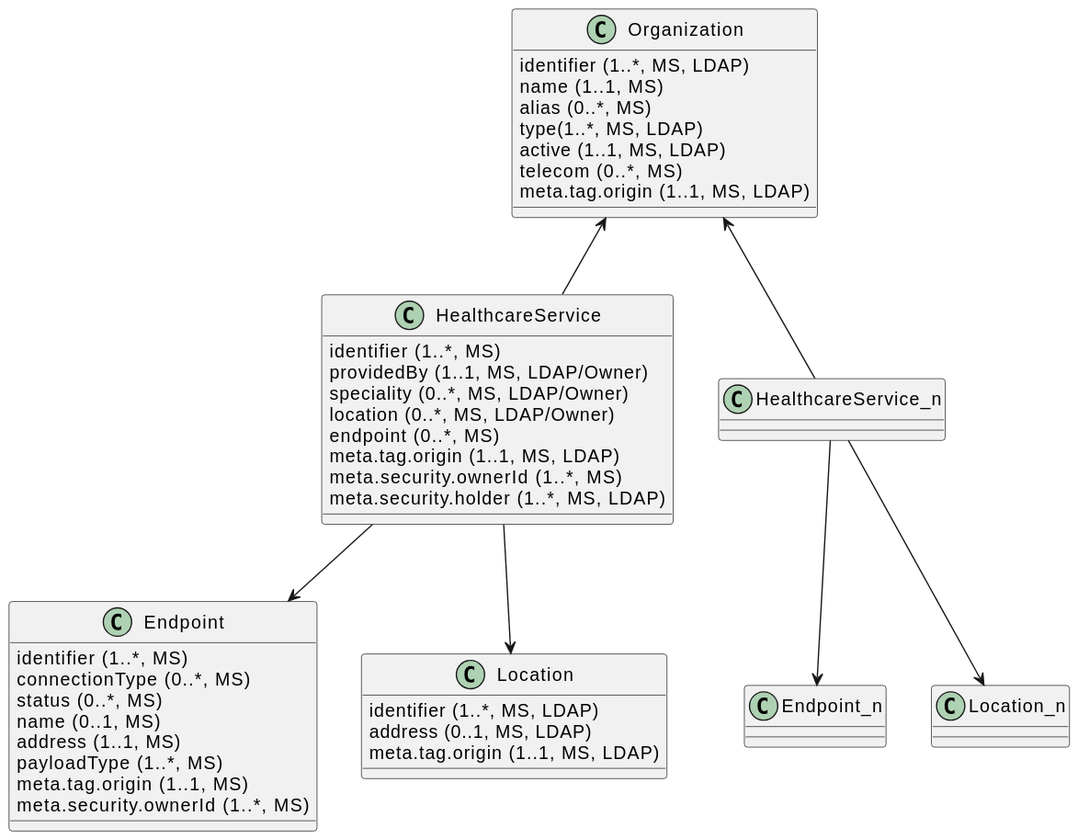
Earlier version of the PlantUML export images/diagrams/ClassDiagram.OrganizationDirectory.svg (gematik/api-vzd). Its diagram source:
```plantuml
@startuml

class Organization {
  {field} identifier (1..*, MS, LDAP)
  {field} name (1..1, MS)
  {field} alias (0..*, MS)
  {field} type(1..*, MS, LDAP)
  {field} active (1..1, MS, LDAP)
  {field} telecom (0..*, MS)
  {field} meta.tag.origin (1..1, MS, LDAP)
}

class HealthcareService {
  {field} identifier (1..*, MS)
  {field} providedBy (1..1, MS, LDAP/Owner)
  {field} speciality (0..*, MS, LDAP/Owner)
  {field} location (0..*, MS, LDAP/Owner)
  {field} endpoint (0..*, MS)
  {field} meta.tag.origin (1..1, MS, LDAP)
  {field} meta.security.ownerId (1..*, MS)
  {field} meta.security.holder (1..*, MS, LDAP)
}

class Endpoint {
  {field} identifier (1..*, MS)
  {field} connectionType (0..*, MS)
  {field} status (0..*, MS)
  {field} name (0..1, MS)
  {field} address (1..1, MS)
  {field} payloadType (1..*, MS)
  {field} meta.tag.origin (1..1, MS)
  {field} meta.security.ownerId (1..*, MS)
}

class Location {
  {field} identifier (1..*, MS, LDAP)
  {field} address (0..1, MS, LDAP)
  {field} meta.tag.origin (1..1, MS, LDAP)
}

Organization <-- HealthcareService
HealthcareService --> Endpoint
HealthcareService --> Location

Organization <-- HealthcareService_n
HealthcareService_n --> Endpoint_n
HealthcareService_n --> Location_n

@enduml
```
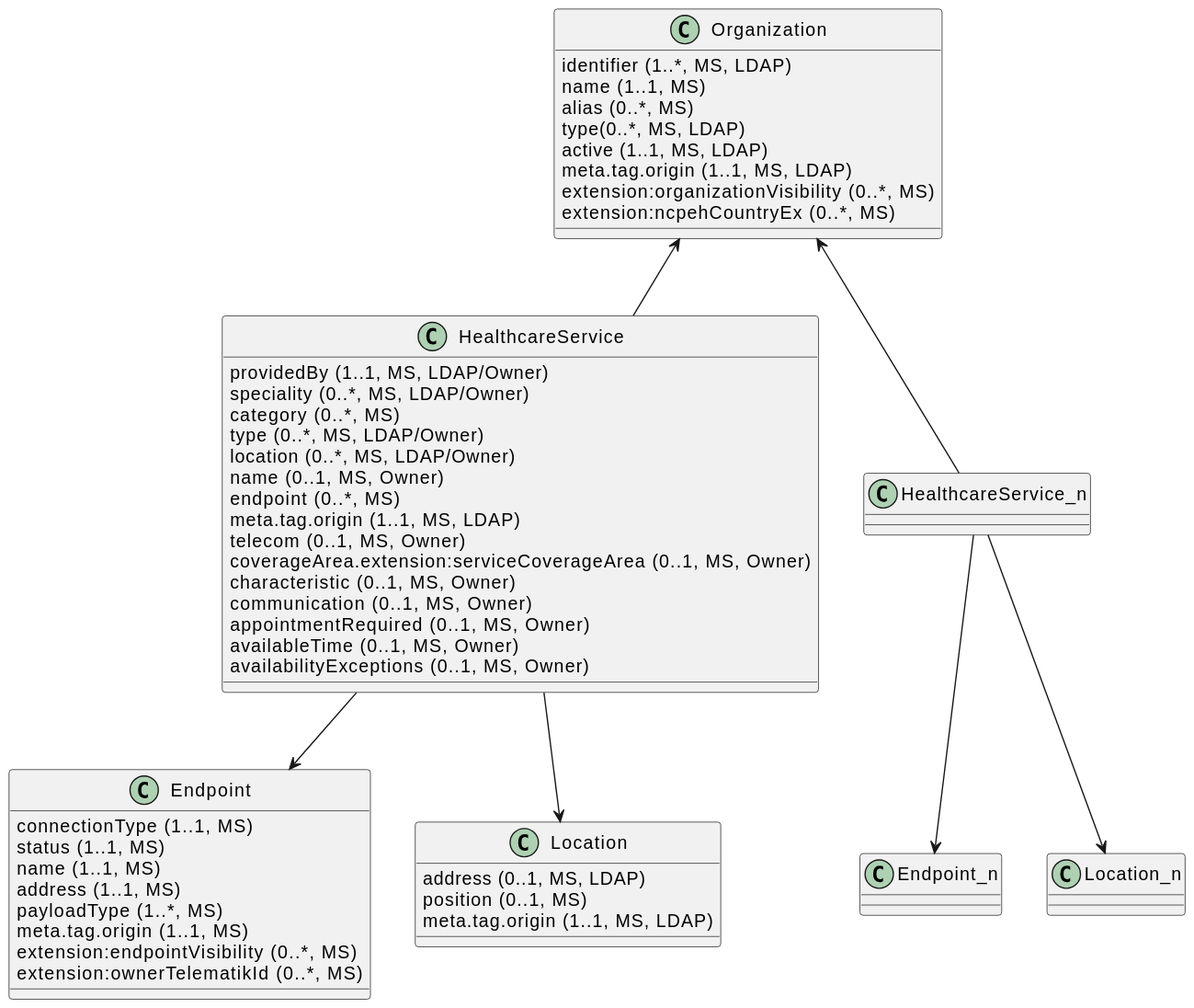
After the change.

Commit message:
Commit from GitHub Actions (GeneratePlantumlImages)

Diff of the diagram source:
```diff
@@ -4,37 +4,44 @@
   {field} identifier (1..*, MS, LDAP)
   {field} name (1..1, MS)
   {field} alias (0..*, MS)
-  {field} type(1..*, MS, LDAP)
+  {field} type(0..*, MS, LDAP)
   {field} active (1..1, MS, LDAP)
-  {field} telecom (0..*, MS)
   {field} meta.tag.origin (1..1, MS, LDAP)
+  {field} extension:organizationVisibility (0..*, MS)
+  {field} extension:ncpehCountryEx (0..*, MS)
 }
 
 class HealthcareService {
-  {field} identifier (1..*, MS)
   {field} providedBy (1..1, MS, LDAP/Owner)
   {field} speciality (0..*, MS, LDAP/Owner)
+  {field} category (0..*, MS)
+  {field} type (0..*, MS, LDAP/Owner)
   {field} location (0..*, MS, LDAP/Owner)
+  {field} name (0..1, MS, Owner)
   {field} endpoint (0..*, MS)
   {field} meta.tag.origin (1..1, MS, LDAP)
-  {field} meta.security.ownerId (1..*, MS)
-  {field} meta.security.holder (1..*, MS, LDAP)
+  {field} telecom (0..1, MS, Owner)
+  {field} coverageArea.extension:serviceCoverageArea (0..1, MS, Owner)
+  {field} characteristic (0..1, MS, Owner)
+  {field} communication (0..1, MS, Owner)
+  {field} appointmentRequired (0..1, MS, Owner)
+  {field} availableTime (0..1, MS, Owner)
+  {field} availabilityExceptions (0..1, MS, Owner)
 }
 
 class Endpoint {
-  {field} identifier (1..*, MS)
-  {field} connectionType (0..*, MS)
-  {field} status (0..*, MS)
-  {field} name (0..1, MS)
+  {field} connectionType (1..1, MS)
+  {field} status (1..1, MS)
+  {field} name (1..1, MS)
   {field} address (1..1, MS)
   {field} payloadType (1..*, MS)
   {field} meta.tag.origin (1..1, MS)
-  {field} meta.security.ownerId (1..*, MS)
+  {field} extension:endpointVisibility (0..*, MS)
+  {field} extension:ownerTelematikId (0..*, MS)
 }
-
 class Location {
-  {field} identifier (1..*, MS, LDAP)
   {field} address (0..1, MS, LDAP)
+  {field} position (0..1, MS)
   {field} meta.tag.origin (1..1, MS, LDAP)
 }
 
```
